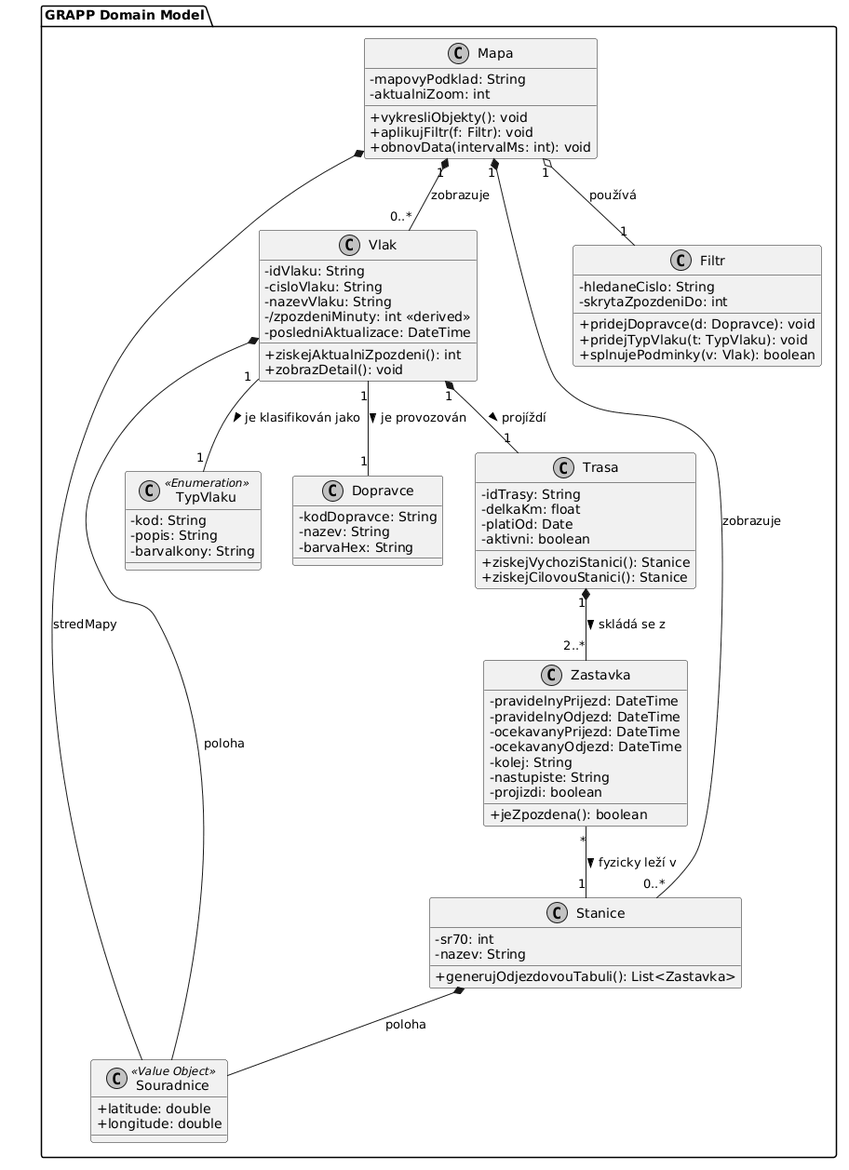
Before: CLASS_DIAGRAM.png, a diagram exported from PlantUML (cechdan2/PIS).
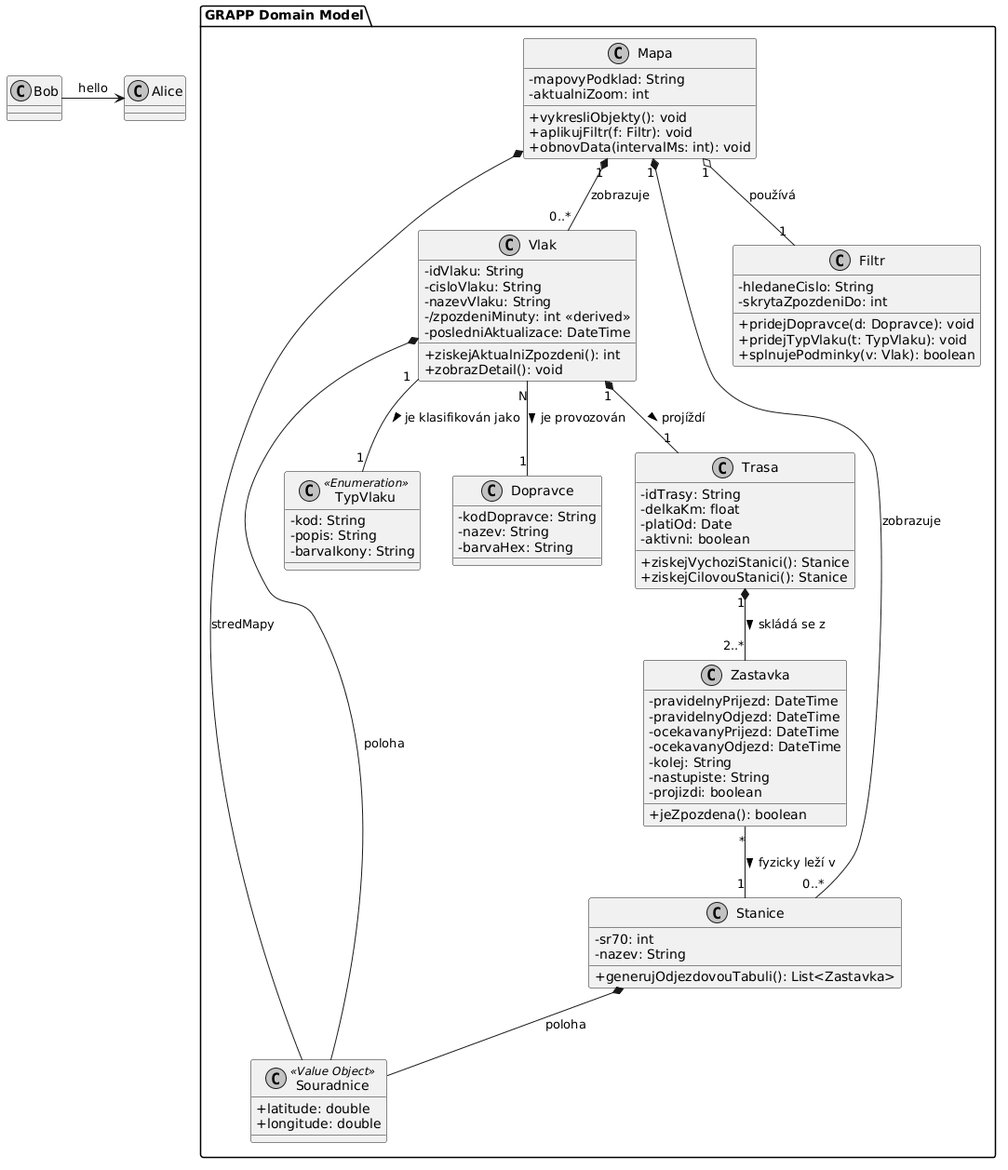
After the change.

The edit, as a diff of the source:
```diff
@@ -1,4 +1,6 @@
 @startuml
+Bob -> Alice : hello
+
 skinparam classAttributeIconSize 0
 skinparam monochrome true
 
@@ -81,7 +83,7 @@
     Vlak *-- Souradnice : poloha
     Stanice *-- Souradnice : poloha
 
-    Vlak "1" -- "1" Dopravce : je provozován >
+    Vlak "N" -- "1" Dopravce : je provozován >
     Vlak "1" -- "1" TypVlaku : je klasifikován jako >
     Vlak "1" *-- "1" Trasa : projíždí >
 
```
